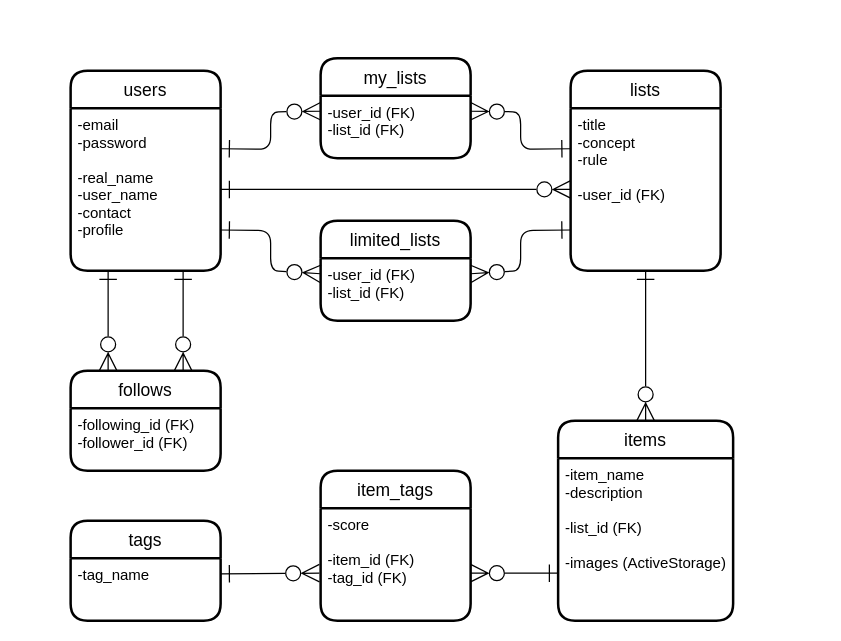
The draw.io diagram EntityRelationship.dio in avocado-don/five_level_tagging, before the edit. Source tidied: cells renumbered, new cells numbered last; positions are measured from the earlier drawing's top-left corner, leaving out a move shared by most shapes. Both pictures are drawn from the tidied source at 125%, with x=0, y=0 at pixel (70, 58).
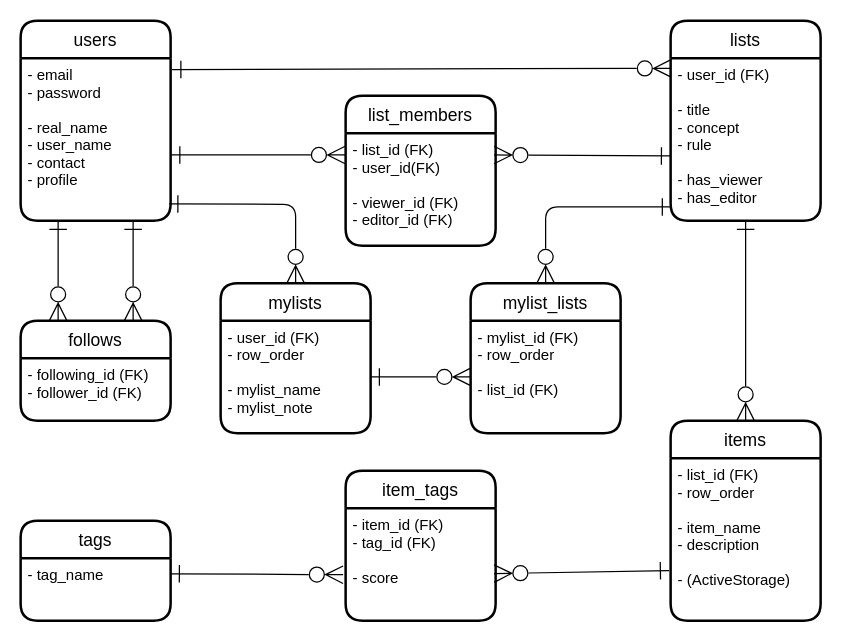
The same diagram, later.

The edit, as a diff of the source:
```diff
@@
     <mxCell id="2" value="users" style="swimlane;horizontal=1;startSize=30;rounded=1;fontSize=14;fontStyle=0;strokeWidth=2;shadow=0;dashed=0;align=center;" parent="1" vertex="1">
-      <mxGeometry y="10" width="120" height="160" as="geometry" />
+      <mxGeometry x="-40" y="-30" width="120" height="160" as="geometry" />
     </mxCell>
-    <mxCell id="3" value="-email&#10;-password&#10;&#10;-real_name&#10;-user_name&#10;-contact&#10;-profile" style="align=left;strokeColor=none;fillColor=none;spacingLeft=4;fontSize=12;verticalAlign=top;" parent="2" vertex="1">
+    <mxCell id="3" value="- email&#10;- password&#10;&#10;- real_name&#10;- user_name&#10;- contact&#10;- profile" style="align=left;strokeColor=none;fillColor=none;spacingLeft=4;fontSize=12;verticalAlign=top;" parent="2" vertex="1">
       <mxGeometry y="30" width="120" height="130" as="geometry" />
     </mxCell>
     <mxCell id="4" value="lists" style="swimlane;horizontal=1;startSize=30;rounded=1;fontSize=14;fontStyle=0;strokeWidth=2;shadow=0;dashed=0;align=center;" parent="1" vertex="1">
-      <mxGeometry x="400" y="10" width="120" height="160" as="geometry" />
+      <mxGeometry x="480" y="-30" width="120" height="160" as="geometry" />
     </mxCell>
-    <mxCell id="5" value="-title&#10;-concept&#10;-rule&#10;&#10;-user_id (FK)" style="align=left;strokeColor=none;fillColor=none;spacingLeft=4;fontSize=12;verticalAlign=top;" parent="4" vertex="1">
+    <mxCell id="5" value="- user_id (FK)&#10;&#10;- title&#10;- concept&#10;- rule&#10;&#10;- has_viewer&#10;- has_editor" style="align=left;strokeColor=none;fillColor=none;spacingLeft=4;fontSize=12;verticalAlign=top;" parent="4" vertex="1">
       <mxGeometry y="30" width="120" height="130" as="geometry" />
     </mxCell>
-    <mxCell id="6" value="my_lists" style="swimlane;horizontal=1;startSize=30;rounded=1;fontSize=14;fontStyle=0;strokeWidth=2;shadow=0;dashed=0;align=center;" parent="1" vertex="1">
-      <mxGeometry x="200" width="120" height="80" as="geometry" />
+    <mxCell id="6" value="mylists" style="swimlane;horizontal=1;startSize=30;rounded=1;fontSize=14;fontStyle=0;strokeWidth=2;shadow=0;dashed=0;align=center;" parent="1" vertex="1">
+      <mxGeometry x="120" y="180" width="120" height="120" as="geometry" />
     </mxCell>
-    <mxCell id="7" value="-user_id (FK)&#10;-list_id (FK)" style="align=left;strokeColor=none;fillColor=none;spacingLeft=4;fontSize=12;verticalAlign=top;" parent="6" vertex="1">
-      <mxGeometry y="30" width="120" height="50" as="geometry" />
+    <mxCell id="7" value="- user_id (FK)&#10;- row_order&#10;&#10;- mylist_name&#10;- mylist_note" style="align=left;strokeColor=none;fillColor=none;spacingLeft=4;fontSize=12;verticalAlign=top;" parent="6" vertex="1">
+      <mxGeometry y="30" width="120" height="90" as="geometry" />
     </mxCell>
-    <mxCell id="8" value="limited_lists" style="swimlane;horizontal=1;startSize=30;rounded=1;fontSize=14;fontStyle=0;strokeWidth=2;shadow=0;dashed=0;align=center;" parent="1" vertex="1">
-      <mxGeometry x="200" y="130" width="120" height="80" as="geometry" />
+    <mxCell id="8" value="list_members" style="swimlane;horizontal=1;startSize=30;rounded=1;fontSize=14;fontStyle=0;strokeWidth=2;shadow=0;dashed=0;align=center;" parent="1" vertex="1">
+      <mxGeometry x="220" y="30" width="120" height="120" as="geometry" />
     </mxCell>
-    <mxCell id="9" value="-user_id (FK)&#10;-list_id (FK)" style="align=left;strokeColor=none;fillColor=none;spacingLeft=4;fontSize=12;verticalAlign=top;" parent="8" vertex="1">
-      <mxGeometry y="30" width="120" height="50" as="geometry" />
+    <mxCell id="9" value="- list_id (FK)&#10;- user_id(FK)&#10;&#10;- viewer_id (FK)&#10;- editor_id (FK)" style="align=left;strokeColor=none;fillColor=none;spacingLeft=4;fontSize=12;verticalAlign=top;" parent="8" vertex="1">
+      <mxGeometry y="30" width="120" height="90" as="geometry" />
     </mxCell>
-    <mxCell id="10" style="edgeStyle=none;html=1;exitX=1;exitY=0.5;exitDx=0;exitDy=0;startArrow=ERone;startFill=0;endArrow=ERzeroToMany;endFill=0;startSize=12;endSize=12;" parent="1" edge="1" source="3" target="5">
+    <mxCell id="10" style="edgeStyle=none;html=1;startArrow=ERone;startFill=0;endArrow=ERzeroToMany;endFill=0;startSize=12;endSize=12;exitX=1.01;exitY=0.07;exitDx=0;exitDy=0;entryX=0.003;entryY=0.063;entryDx=0;entryDy=0;exitPerimeter=0;entryPerimeter=0;" parent="1" edge="1" source="3" target="5">
       <mxGeometry relative="1" as="geometry" />
     </mxCell>
-    <mxCell id="11" style="edgeStyle=none;html=1;exitX=1;exitY=0.75;exitDx=0;exitDy=0;entryX=0;entryY=0.25;entryDx=0;entryDy=0;startArrow=ERone;startFill=0;endArrow=ERzeroToMany;endFill=0;startSize=12;endSize=12;" parent="1" edge="1" source="3" target="9">
-      <mxGeometry relative="1" as="geometry">
-        <Array as="points">
-          <mxPoint x="160" y="138" />
-          <mxPoint x="160" y="170" />
-        </Array>
-      </mxGeometry>
-    </mxCell>
-    <mxCell id="12" style="edgeStyle=none;html=1;exitX=0;exitY=0.75;exitDx=0;exitDy=0;entryX=1;entryY=0.25;entryDx=0;entryDy=0;startArrow=ERone;startFill=0;endArrow=ERzeroToMany;endFill=0;startSize=12;endSize=12;" parent="1" edge="1" source="5" target="9">
-      <mxGeometry relative="1" as="geometry">
-        <Array as="points">
-          <mxPoint x="360" y="138" />
-          <mxPoint x="360" y="170" />
-        </Array>
-      </mxGeometry>
-    </mxCell>
-    <mxCell id="13" style="edgeStyle=none;html=1;exitX=1;exitY=0.25;exitDx=0;exitDy=0;entryX=0;entryY=0.25;entryDx=0;entryDy=0;startArrow=ERone;startFill=0;endArrow=ERzeroToMany;endFill=0;startSize=12;endSize=12;" parent="1" edge="1" source="3" target="7">
-      <mxGeometry relative="1" as="geometry">
-        <Array as="points">
-          <mxPoint x="160" y="73" />
-          <mxPoint x="160" y="43" />
-        </Array>
-      </mxGeometry>
-    </mxCell>
-    <mxCell id="14" style="edgeStyle=none;html=1;exitX=0;exitY=0.25;exitDx=0;exitDy=0;entryX=1;entryY=0.25;entryDx=0;entryDy=0;startArrow=ERone;startFill=0;endArrow=ERzeroToMany;endFill=0;startSize=12;endSize=12;" parent="1" edge="1" source="5" target="7">
-      <mxGeometry relative="1" as="geometry">
-        <Array as="points">
-          <mxPoint x="360" y="73" />
-          <mxPoint x="360" y="43" />
-        </Array>
-      </mxGeometry>
-    </mxCell>
     <mxCell id="15" value="follows" style="swimlane;horizontal=1;startSize=30;rounded=1;fontSize=14;fontStyle=0;strokeWidth=2;shadow=0;dashed=0;align=center;" parent="1" vertex="1">
-      <mxGeometry y="250" width="120" height="80" as="geometry" />
+      <mxGeometry x="-40" y="210" width="120" height="80" as="geometry" />
     </mxCell>
-    <mxCell id="16" value="-following_id (FK)&#10;-follower_id (FK)" style="align=left;strokeColor=none;fillColor=none;spacingLeft=4;fontSize=12;verticalAlign=top;" parent="15" vertex="1">
+    <mxCell id="16" value="- following_id (FK)&#10;- follower_id (FK)" style="align=left;strokeColor=none;fillColor=none;spacingLeft=4;fontSize=12;verticalAlign=top;" parent="15" vertex="1">
       <mxGeometry y="30" width="120" height="50" as="geometry" />
     </mxCell>
@@
     <mxCell id="19" value="items" style="swimlane;horizontal=1;startSize=30;rounded=1;fontSize=14;fontStyle=0;strokeWidth=2;shadow=0;dashed=0;align=center;" parent="1" vertex="1">
-      <mxGeometry x="390" y="290" width="140" height="160" as="geometry" />
+      <mxGeometry x="480" y="290" width="120" height="160" as="geometry" />
     </mxCell>
-    <mxCell id="20" value="-item_name&#10;-description&#10;&#10;-list_id (FK)&#10;&#10;-images (ActiveStorage)" style="align=left;strokeColor=none;fillColor=none;spacingLeft=4;fontSize=12;verticalAlign=top;" parent="19" vertex="1">
-      <mxGeometry y="30" width="140" height="130" as="geometry" />
+    <mxCell id="20" value="- list_id (FK)&#10;- row_order&#10;&#10;- item_name&#10;- description&#10;&#10;- (ActiveStorage)" style="align=left;strokeColor=none;fillColor=none;spacingLeft=4;fontSize=12;verticalAlign=top;" parent="19" vertex="1">
+      <mxGeometry y="30" width="120" height="130" as="geometry" />
     </mxCell>
@@
     <mxCell id="22" value="item_tags" style="swimlane;horizontal=1;startSize=30;rounded=1;fontSize=14;fontStyle=0;strokeWidth=2;shadow=0;dashed=0;align=center;" parent="1" vertex="1">
-      <mxGeometry x="200" y="330" width="120" height="120" as="geometry" />
+      <mxGeometry x="220" y="330" width="120" height="120" as="geometry" />
     </mxCell>
-    <mxCell id="23" value="-score&#10;&#10;-item_id (FK)&#10;-tag_id (FK)" style="align=left;strokeColor=none;fillColor=none;spacingLeft=4;fontSize=12;verticalAlign=top;" parent="22" vertex="1">
+    <mxCell id="23" value="- item_id (FK)&#10;- tag_id (FK)&#10;&#10;- score" style="align=left;strokeColor=none;fillColor=none;spacingLeft=4;fontSize=12;verticalAlign=top;" parent="22" vertex="1">
       <mxGeometry y="30" width="120" height="90" as="geometry" />
     </mxCell>
     <mxCell id="24" value="tags" style="swimlane;horizontal=1;startSize=30;rounded=1;fontSize=14;fontStyle=0;strokeWidth=2;shadow=0;dashed=0;align=center;" parent="1" vertex="1">
-      <mxGeometry y="370" width="120" height="80" as="geometry" />
+      <mxGeometry x="-40" y="370" width="120" height="80" as="geometry" />
     </mxCell>
-    <mxCell id="25" value="-tag_name" style="align=left;strokeColor=none;fillColor=none;spacingLeft=4;fontSize=12;verticalAlign=top;" parent="24" vertex="1">
+    <mxCell id="25" value="- tag_name" style="align=left;strokeColor=none;fillColor=none;spacingLeft=4;fontSize=12;verticalAlign=top;" parent="24" vertex="1">
       <mxGeometry y="30" width="120" height="50" as="geometry" />
     </mxCell>
-    <mxCell id="26" style="edgeStyle=none;html=1;exitX=0;exitY=0.708;exitDx=0;exitDy=0;entryX=1;entryY=0.578;entryDx=0;entryDy=0;startArrow=ERone;startFill=0;endArrow=ERzeroToMany;endFill=0;startSize=12;endSize=12;entryPerimeter=0;exitPerimeter=0;" parent="1" edge="1" source="20" target="23">
+    <mxCell id="26" style="edgeStyle=none;html=1;exitX=-0.01;exitY=0.692;exitDx=0;exitDy=0;startArrow=ERone;startFill=0;endArrow=ERzeroToMany;endFill=0;startSize=12;endSize=12;entryX=0.99;entryY=0.582;entryDx=0;entryDy=0;entryPerimeter=0;exitPerimeter=0;" parent="1" edge="1" source="20" target="23">
       <mxGeometry relative="1" as="geometry" />
     </mxCell>
-    <mxCell id="27" style="edgeStyle=none;html=1;exitX=1;exitY=0.25;exitDx=0;exitDy=0;entryX=-0.008;entryY=0.578;entryDx=0;entryDy=0;startArrow=ERone;startFill=0;endArrow=ERzeroToMany;endFill=0;startSize=12;endSize=12;entryPerimeter=0;" parent="1" edge="1" source="25" target="23">
+    <mxCell id="27" style="edgeStyle=none;html=1;entryX=-0.017;entryY=0.592;entryDx=0;entryDy=0;startArrow=ERone;startFill=0;endArrow=ERzeroToMany;endFill=0;startSize=12;endSize=12;entryPerimeter=0;exitX=1;exitY=0.25;exitDx=0;exitDy=0;" parent="1" edge="1" source="25" target="23">
       <mxGeometry relative="1" as="geometry" />
     </mxCell>
+    <mxCell id="28" value="mylist_lists" style="swimlane;horizontal=1;startSize=30;rounded=1;fontSize=14;fontStyle=0;strokeWidth=2;shadow=0;dashed=0;align=center;" parent="1" vertex="1">
+      <mxGeometry x="320" y="180" width="120" height="120" as="geometry" />
+    </mxCell>
+    <mxCell id="29" value="- mylist_id (FK)&#10;- row_order&#10;&#10;- list_id (FK)" style="align=left;strokeColor=none;fillColor=none;spacingLeft=4;fontSize=12;verticalAlign=top;" parent="28" vertex="1">
+      <mxGeometry y="30" width="120" height="90" as="geometry" />
+    </mxCell>
+    <mxCell id="30" style="edgeStyle=none;html=1;startArrow=ERone;startFill=0;endArrow=ERzeroToMany;endFill=0;startSize=12;endSize=12;entryX=0.5;entryY=0;entryDx=0;entryDy=0;exitX=0.99;exitY=0.897;exitDx=0;exitDy=0;exitPerimeter=0;" parent="1" edge="1" source="3" target="6">
+      <mxGeometry relative="1" as="geometry">
+        <Array as="points">
+          <mxPoint x="180" y="117" />
+        </Array>
+      </mxGeometry>
+    </mxCell>
+    <mxCell id="31" style="edgeStyle=none;html=1;exitX=1;exitY=0.5;exitDx=0;exitDy=0;startArrow=ERone;startFill=0;endArrow=ERzeroToMany;endFill=0;startSize=12;endSize=12;entryX=0;entryY=0.5;entryDx=0;entryDy=0;" parent="1" edge="1" source="7" target="29">
+      <mxGeometry relative="1" as="geometry" />
+    </mxCell>
+    <mxCell id="32" style="edgeStyle=none;html=1;exitX=0.003;exitY=0.916;exitDx=0;exitDy=0;entryX=0.5;entryY=0;entryDx=0;entryDy=0;startArrow=ERone;startFill=0;endArrow=ERzeroToMany;endFill=0;startSize=12;endSize=12;exitPerimeter=0;" parent="1" edge="1" source="5" target="28">
+      <mxGeometry relative="1" as="geometry">
+        <Array as="points">
+          <mxPoint x="380" y="119" />
+        </Array>
+      </mxGeometry>
+    </mxCell>
+    <mxCell id="11" style="edgeStyle=none;html=1;entryX=-0.003;entryY=0.194;entryDx=0;entryDy=0;startArrow=ERone;startFill=0;endArrow=ERzeroToMany;endFill=0;startSize=12;endSize=12;exitX=1.003;exitY=0.596;exitDx=0;exitDy=0;exitPerimeter=0;entryPerimeter=0;" parent="1" edge="1" source="3" target="9">
+      <mxGeometry relative="1" as="geometry" />
+    </mxCell>
+    <mxCell id="12" style="edgeStyle=none;html=1;exitX=-0.003;exitY=0.602;exitDx=0;exitDy=0;entryX=0.99;entryY=0.194;entryDx=0;entryDy=0;startArrow=ERone;startFill=0;endArrow=ERzeroToMany;endFill=0;startSize=12;endSize=12;entryPerimeter=0;exitPerimeter=0;" parent="1" edge="1" source="5" target="9">
+      <mxGeometry relative="1" as="geometry" />
+    </mxCell>
```
